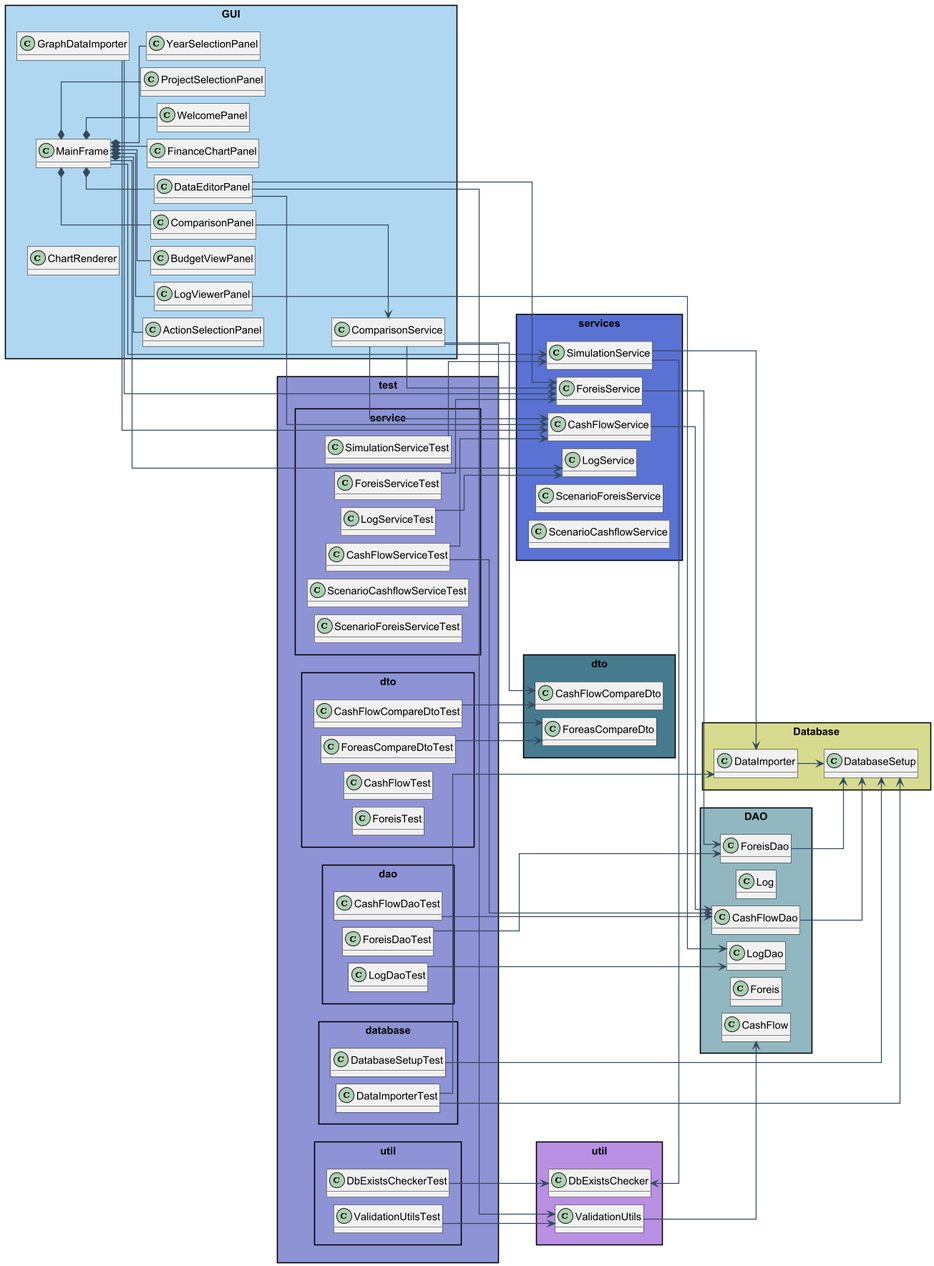
Above: docs/images/project_diagram.png in FilothodorosChristos/404_NOT_FOUND (PlantUML), before the change.
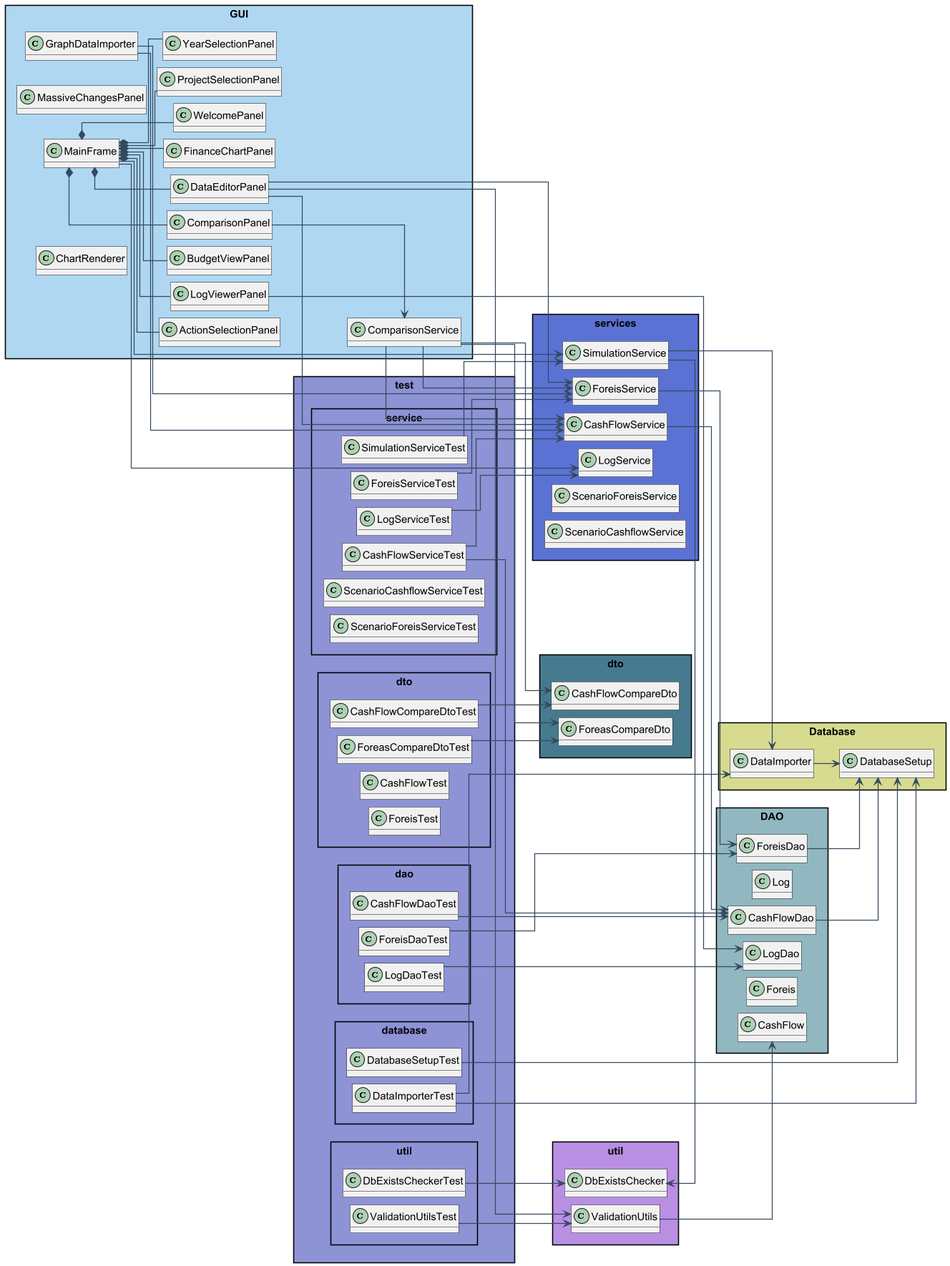
The same file after the commit.

Diff of the diagram source:
```diff
@@ -34,6 +34,10 @@
     class WelcomePanel {
         + WelcomePanel(mainFrame: MainFrame)
         - createUI() : void
+    }
+
+    class MassiveChangesPanel {
+
     }
     class ProjectSelectionPanel {
         + ProjectSelectionPanel(mainFrame: MainFrame)
```
